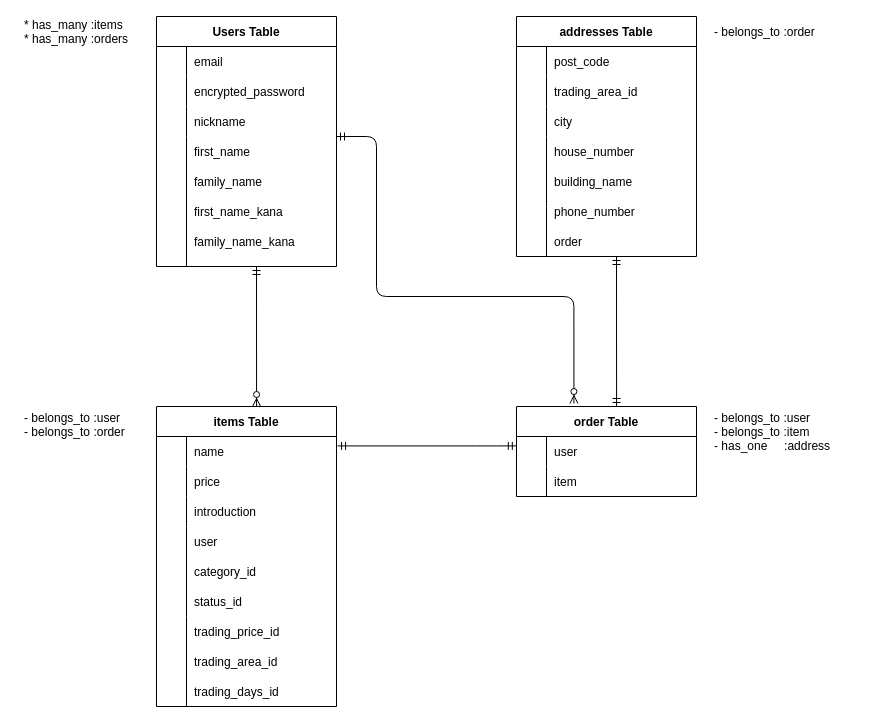
The draw.io diagram test.dio in Hiro0608/furima-38192, before the edit. Source tidied: cells renumbered, new cells numbered last; positions are measured from the earlier drawing's top-left corner, leaving out a move shared by most shapes. Both pictures are drawn from the tidied source at 100%, with x=0, y=0 at pixel (16, 16).
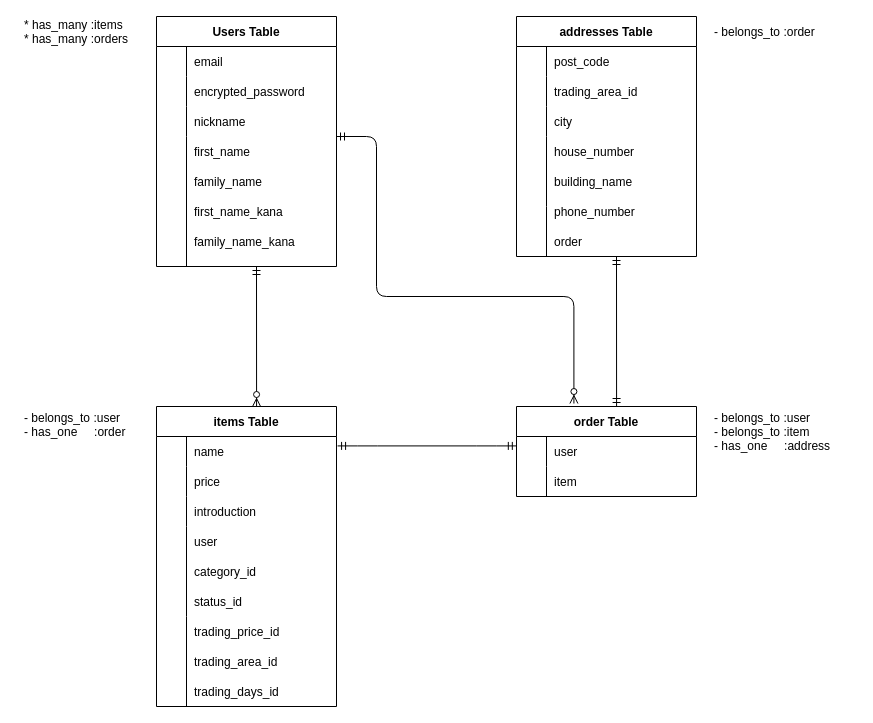
The same diagram, later.

Diff of the diagram source:
```diff
@@
-    <mxCell id="60" value="- belongs_to :user&#10;- belongs_to :order" style="shape=partialRectangle;fillColor=none;top=0;left=0;bottom=0;right=0;align=left;spacingLeft=6;overflow=hidden;" parent="1" vertex="1">
+    <mxCell id="60" value="- belongs_to :user&#10;- has_one     :order" style="shape=partialRectangle;fillColor=none;top=0;left=0;bottom=0;right=0;align=left;spacingLeft=6;overflow=hidden;" parent="1" vertex="1">
       <mxGeometry y="390" width="150" height="35" as="geometry" />
     </mxCell>
```
